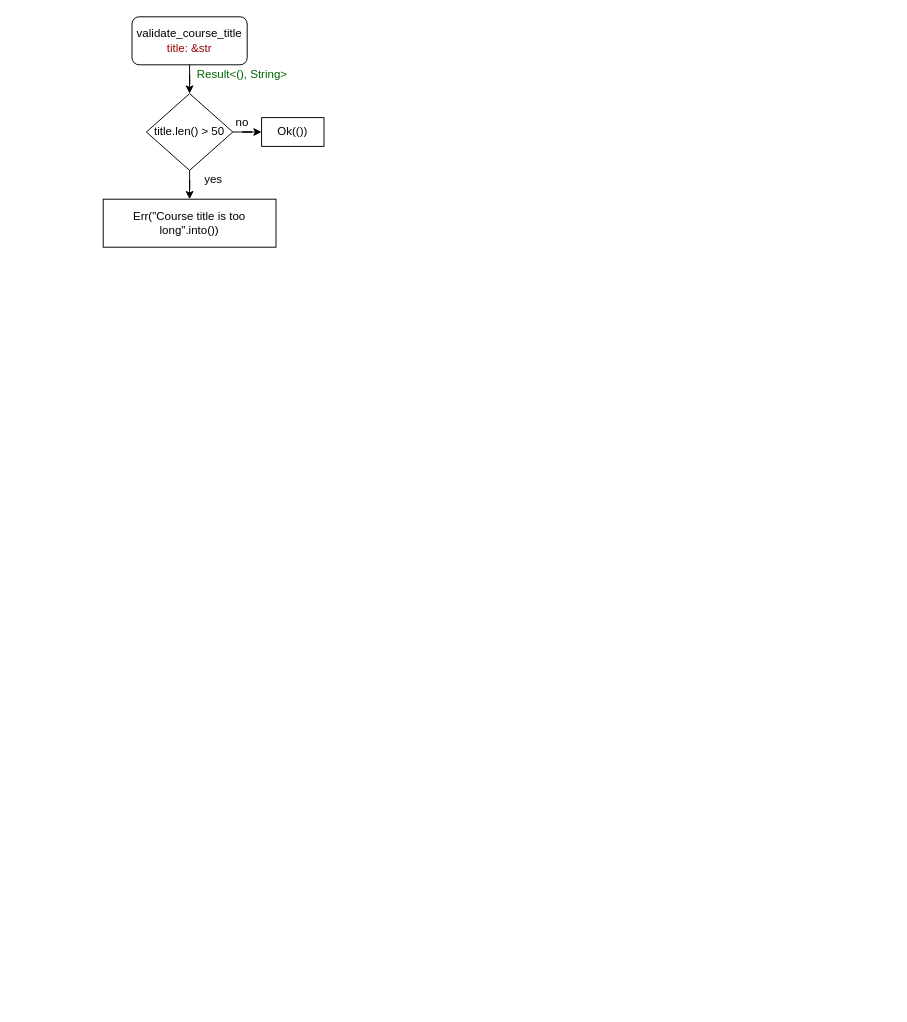
Before: page "course: functions" (5 of 8) of Untitled Diagram.drawio in sdelvalle57/hUdemy, a draw.io diagram. Source tidied: cells renumbered, new cells numbered last; positions are measured from the earlier drawing's top-left corner, leaving out a move shared by most shapes. Both pictures are drawn from the tidied source at 96%, with x=0, y=0 at pixel (103, 16).
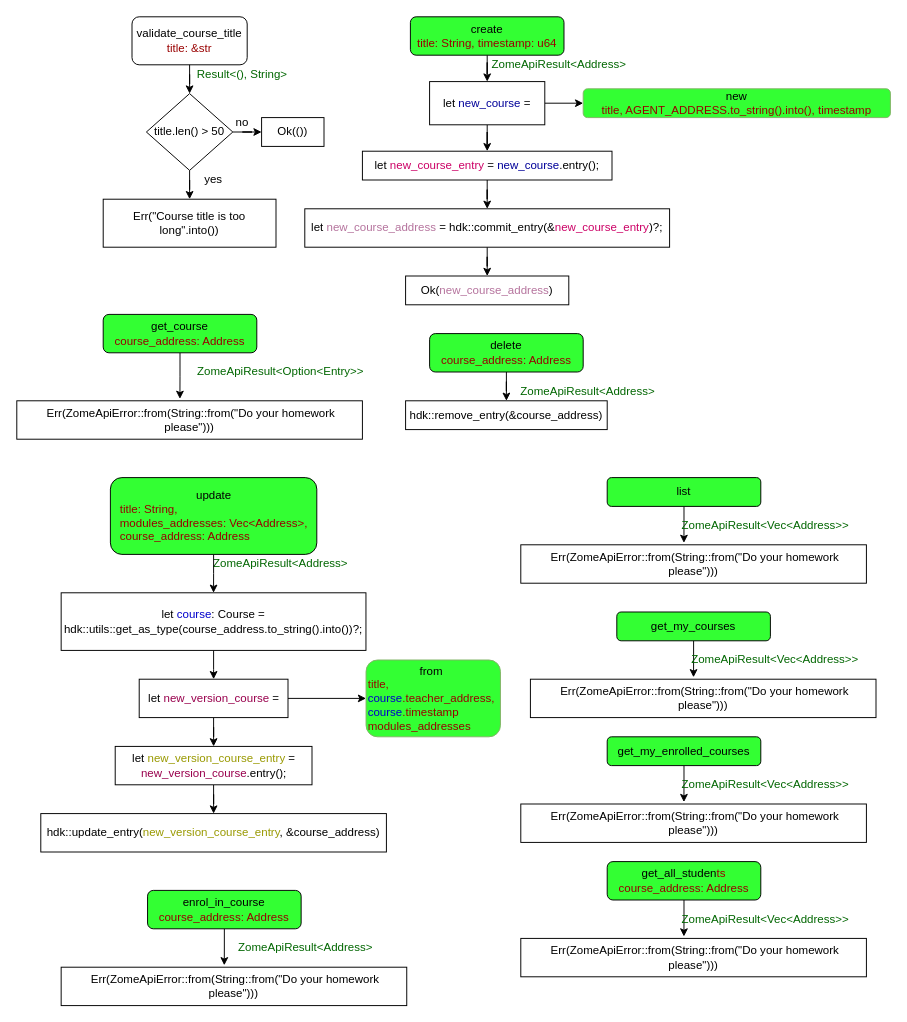
After the change.

What changed in the source:
```diff
@@
+    <mxCell id="13" style="edgeStyle=orthogonalEdgeStyle;rounded=0;jettySize=auto;html=1;entryX=0.5;entryY=0;entryDx=0;entryDy=0;" parent="1" edge="1" source="14" target="19">
+      <mxGeometry relative="1" as="geometry" />
+    </mxCell>
+    <mxCell id="14" value="create&lt;br&gt;&lt;font color=&quot;#990000&quot;&gt;title: String, timestamp: u64&lt;/font&gt;" style="rounded=1;whiteSpace=wrap;html=1;fillColor=#33FF33;" parent="1" vertex="1">
+      <mxGeometry x="320" width="160" height="40" as="geometry" />
+    </mxCell>
+    <mxCell id="15" style="edgeStyle=orthogonalEdgeStyle;rounded=0;jettySize=auto;html=1;entryX=0.472;entryY=-0.05;entryDx=0;entryDy=0;entryPerimeter=0;" parent="1" edge="1" source="16" target="27">
+      <mxGeometry relative="1" as="geometry" />
+    </mxCell>
+    <mxCell id="16" value="get_course&lt;br&gt;&lt;font color=&quot;#990000&quot;&gt;course_address: Address&lt;/font&gt;" style="rounded=1;whiteSpace=wrap;html=1;fillColor=#33FF33;" parent="1" vertex="1">
+      <mxGeometry y="310" width="160" height="40" as="geometry" />
+    </mxCell>
+    <mxCell id="17" style="edgeStyle=orthogonalEdgeStyle;rounded=0;jettySize=auto;html=1;entryX=0;entryY=0.5;entryDx=0;entryDy=0;" parent="1" edge="1" source="19" target="20">
+      <mxGeometry relative="1" as="geometry" />
+    </mxCell>
+    <mxCell id="18" style="edgeStyle=orthogonalEdgeStyle;rounded=0;jettySize=auto;html=1;entryX=0.5;entryY=0;entryDx=0;entryDy=0;" parent="1" edge="1" source="19" target="22">
+      <mxGeometry relative="1" as="geometry" />
+    </mxCell>
+    <mxCell id="19" value="let &lt;font color=&quot;#000099&quot;&gt;new_course &lt;/font&gt;= " style="rounded=0;whiteSpace=wrap;html=1;fillColor=#FFFFFF;" parent="1" vertex="1">
+      <mxGeometry x="340" y="67.5" width="120" height="45" as="geometry" />
+    </mxCell>
+    <mxCell id="20" value="&lt;div&gt;new&lt;/div&gt;&lt;font color=&quot;#990000&quot;&gt;title, AGENT_ADDRESS.to_string().into(), timestamp&lt;br&gt;&lt;/font&gt;" style="rounded=1;whiteSpace=wrap;html=1;fillColor=#33FF33;strokeColor=#82b366;" parent="1" vertex="1">
+      <mxGeometry x="500" y="75" width="320" height="30" as="geometry" />
+    </mxCell>
+    <mxCell id="21" style="edgeStyle=orthogonalEdgeStyle;rounded=0;jettySize=auto;html=1;" parent="1" edge="1" source="22" target="24">
+      <mxGeometry relative="1" as="geometry" />
+    </mxCell>
+    <mxCell id="22" value="let &lt;font color=&quot;#CC0066&quot;&gt;new_course_entry &lt;/font&gt;= &lt;font color=&quot;#000099&quot;&gt;new_course&lt;/font&gt;.entry();" style="rounded=0;whiteSpace=wrap;html=1;fillColor=#FFFFFF;" parent="1" vertex="1">
+      <mxGeometry x="270" y="140" width="260" height="30" as="geometry" />
+    </mxCell>
+    <mxCell id="23" style="edgeStyle=orthogonalEdgeStyle;rounded=0;jettySize=auto;html=1;entryX=0.5;entryY=0;entryDx=0;entryDy=0;" parent="1" edge="1" source="24" target="25">
+      <mxGeometry relative="1" as="geometry" />
+    </mxCell>
+    <mxCell id="24" value="let &lt;font color=&quot;#B5739D&quot;&gt;new_course_address &lt;/font&gt;= hdk::commit_entry(&amp;amp;&lt;font color=&quot;#CC0066&quot;&gt;new_course_entry&lt;/font&gt;)?;" style="rounded=0;whiteSpace=wrap;html=1;fillColor=#FFFFFF;" parent="1" vertex="1">
+      <mxGeometry x="210" y="200" width="380" height="40" as="geometry" />
+    </mxCell>
+    <mxCell id="25" value="Ok(&lt;font color=&quot;#B5739D&quot;&gt;new_course_address&lt;/font&gt;)" style="rounded=0;whiteSpace=wrap;html=1;fillColor=#FFFFFF;" parent="1" vertex="1">
+      <mxGeometry x="315" y="270" width="170" height="30" as="geometry" />
+    </mxCell>
+    <mxCell id="26" value="&lt;font color=&quot;#006600&quot;&gt;ZomeApiResult&amp;lt;Address&amp;gt;&lt;/font&gt;" style="text;html=1;strokeColor=none;fillColor=none;align=center;verticalAlign=middle;whiteSpace=wrap;rounded=0;" parent="1" vertex="1">
+      <mxGeometry x="400" y="40" width="150" height="20" as="geometry" />
+    </mxCell>
+    <mxCell id="27" value="&amp;nbsp;Err(ZomeApiError::from(String::from(&quot;Do your homework please&quot;)))" style="rounded=0;whiteSpace=wrap;html=1;fillColor=#FFFFFF;" parent="1" vertex="1">
+      <mxGeometry x="-90" y="400" width="360" height="40" as="geometry" />
+    </mxCell>
+    <mxCell id="28" style="edgeStyle=orthogonalEdgeStyle;rounded=0;jettySize=auto;html=1;entryX=0.5;entryY=0;entryDx=0;entryDy=0;" parent="1" edge="1" source="29" target="30">
+      <mxGeometry relative="1" as="geometry" />
+    </mxCell>
+    <mxCell id="29" value="delete&lt;br&gt;&lt;font color=&quot;#990000&quot;&gt;course_address: Address&lt;/font&gt;" style="rounded=1;whiteSpace=wrap;html=1;fillColor=#33FF33;" parent="1" vertex="1">
+      <mxGeometry x="340" y="330" width="160" height="40" as="geometry" />
+    </mxCell>
+    <mxCell id="30" value="hdk::remove_entry(&amp;amp;course_address)" style="rounded=0;whiteSpace=wrap;html=1;fillColor=#FFFFFF;" parent="1" vertex="1">
+      <mxGeometry x="315" y="400" width="210" height="30" as="geometry" />
+    </mxCell>
+    <mxCell id="31" value="&lt;font color=&quot;#006600&quot;&gt;ZomeApiResult&amp;lt;Option&amp;lt;Entry&amp;gt;&amp;gt;&lt;/font&gt;" style="text;html=1;strokeColor=none;fillColor=none;align=center;verticalAlign=middle;whiteSpace=wrap;rounded=0;" parent="1" vertex="1">
+      <mxGeometry x="100" y="360" width="170" height="20" as="geometry" />
+    </mxCell>
+    <mxCell id="32" value="&lt;font color=&quot;#006600&quot;&gt;ZomeApiResult&amp;lt;Address&amp;gt;&lt;/font&gt;" style="text;html=1;strokeColor=none;fillColor=none;align=center;verticalAlign=middle;whiteSpace=wrap;rounded=0;" parent="1" vertex="1">
+      <mxGeometry x="110" y="560" width="150" height="20" as="geometry" />
+    </mxCell>
+    <mxCell id="33" style="edgeStyle=orthogonalEdgeStyle;rounded=0;jettySize=auto;html=1;entryX=0.5;entryY=0;entryDx=0;entryDy=0;" parent="1" edge="1" source="34" target="36">
+      <mxGeometry relative="1" as="geometry" />
+    </mxCell>
+    <mxCell id="34" value="update&lt;br&gt;&lt;div align=&quot;left&quot;&gt;&lt;font color=&quot;#990000&quot;&gt;title: String, &lt;br&gt;&lt;/font&gt;&lt;/div&gt;&lt;div align=&quot;left&quot;&gt;&lt;font color=&quot;#990000&quot;&gt;modules_addresses: Vec&amp;lt;Address&amp;gt;, &lt;br&gt;&lt;/font&gt;&lt;/div&gt;&lt;div align=&quot;left&quot;&gt;&lt;font color=&quot;#990000&quot;&gt;course_address: Address&lt;/font&gt;&lt;/div&gt;" style="rounded=1;whiteSpace=wrap;html=1;fillColor=#33FF33;" parent="1" vertex="1">
+      <mxGeometry x="7.5" y="480" width="215" height="80" as="geometry" />
+    </mxCell>
+    <mxCell id="35" style="edgeStyle=orthogonalEdgeStyle;rounded=0;jettySize=auto;html=1;" parent="1" edge="1" source="36" target="39">
+      <mxGeometry relative="1" as="geometry" />
+    </mxCell>
+    <mxCell id="36" value="let &lt;font color=&quot;#0000CC&quot;&gt;course&lt;/font&gt;: Course = hdk::utils::get_as_type(course_address.to_string().into())?;" style="rounded=0;whiteSpace=wrap;html=1;fillColor=#FFFFFF;" parent="1" vertex="1">
+      <mxGeometry x="-43.8" y="600" width="317.5" height="60" as="geometry" />
+    </mxCell>
+    <mxCell id="37" style="edgeStyle=orthogonalEdgeStyle;rounded=0;jettySize=auto;html=1;" parent="1" edge="1" source="39" target="40">
+      <mxGeometry relative="1" as="geometry" />
+    </mxCell>
+    <mxCell id="38" style="edgeStyle=orthogonalEdgeStyle;rounded=0;jettySize=auto;html=1;entryX=0.5;entryY=0;entryDx=0;entryDy=0;" parent="1" edge="1" source="39" target="42">
+      <mxGeometry relative="1" as="geometry" />
+    </mxCell>
+    <mxCell id="39" value="let &lt;font color=&quot;#99004D&quot;&gt;new_version_course &lt;/font&gt;= " style="rounded=0;whiteSpace=wrap;html=1;fillColor=#FFFFFF;" parent="1" vertex="1">
+      <mxGeometry x="37.5" y="690" width="155" height="40" as="geometry" />
+    </mxCell>
+    <mxCell id="40" value="&lt;div align=&quot;center&quot;&gt;from&lt;/div&gt;&lt;div align=&quot;left&quot;&gt;&lt;font color=&quot;#990000&quot;&gt;title, &lt;br&gt;&lt;/font&gt;&lt;/div&gt;&lt;div align=&quot;left&quot;&gt;&lt;font color=&quot;#990000&quot;&gt;&lt;font color=&quot;#0000CC&quot;&gt;course&lt;/font&gt;.teacher_address, &lt;br&gt;&lt;/font&gt;&lt;/div&gt;&lt;div align=&quot;left&quot;&gt;&lt;font color=&quot;#990000&quot;&gt;&lt;font color=&quot;#0000CC&quot;&gt;course&lt;/font&gt;.timestamp&lt;br&gt;&lt;/font&gt;&lt;/div&gt;&lt;div&gt;&lt;font color=&quot;#990000&quot;&gt;modules_addresses&lt;/font&gt;&lt;br&gt;&lt;/div&gt;" style="rounded=1;whiteSpace=wrap;html=1;fillColor=#33FF33;strokeColor=#82b366;align=left;" parent="1" vertex="1">
+      <mxGeometry x="273.8" y="670" width="140" height="80" as="geometry" />
+    </mxCell>
+    <mxCell id="41" style="edgeStyle=orthogonalEdgeStyle;rounded=0;jettySize=auto;html=1;entryX=0.5;entryY=0;entryDx=0;entryDy=0;" parent="1" edge="1" source="42" target="44">
+      <mxGeometry relative="1" as="geometry" />
+    </mxCell>
+    <mxCell id="42" value="let &lt;font color=&quot;#999900&quot;&gt;new_version_course_entry &lt;/font&gt;= &lt;font color=&quot;#99004D&quot;&gt;new_version_course&lt;/font&gt;.entry();" style="rounded=0;whiteSpace=wrap;html=1;fillColor=#FFFFFF;" parent="1" vertex="1">
+      <mxGeometry x="12.5" y="760" width="205" height="40" as="geometry" />
+    </mxCell>
+    <mxCell id="43" value="&lt;font color=&quot;#006600&quot;&gt;ZomeApiResult&amp;lt;Address&amp;gt;&lt;/font&gt;" style="text;html=1;strokeColor=none;fillColor=none;align=center;verticalAlign=middle;whiteSpace=wrap;rounded=0;" parent="1" vertex="1">
+      <mxGeometry x="430" y="380" width="150" height="20" as="geometry" />
+    </mxCell>
+    <mxCell id="44" value="hdk::update_entry(&lt;font color=&quot;#999900&quot;&gt;new_version_course_entry&lt;/font&gt;, &amp;amp;course_address)" style="rounded=0;whiteSpace=wrap;html=1;fillColor=#FFFFFF;" parent="1" vertex="1">
+      <mxGeometry x="-65" y="830" width="360" height="40" as="geometry" />
+    </mxCell>
+    <mxCell id="45" style="edgeStyle=orthogonalEdgeStyle;rounded=0;jettySize=auto;html=1;entryX=0.472;entryY=-0.05;entryDx=0;entryDy=0;entryPerimeter=0;" parent="1" edge="1" source="46" target="47">
+      <mxGeometry relative="1" as="geometry" />
+    </mxCell>
+    <mxCell id="46" value="list" style="rounded=1;whiteSpace=wrap;html=1;fillColor=#33FF33;" parent="1" vertex="1">
+      <mxGeometry x="525" y="480" width="160" height="30" as="geometry" />
+    </mxCell>
+    <mxCell id="47" value="&amp;nbsp;Err(ZomeApiError::from(String::from(&quot;Do your homework please&quot;)))" style="rounded=0;whiteSpace=wrap;html=1;fillColor=#FFFFFF;" parent="1" vertex="1">
+      <mxGeometry x="435" y="550" width="360" height="40" as="geometry" />
+    </mxCell>
+    <mxCell id="48" value="&lt;font color=&quot;#006600&quot;&gt;ZomeApiResult&amp;lt;Vec&amp;lt;Address&amp;gt;&amp;gt;&lt;/font&gt;" style="text;html=1;strokeColor=none;fillColor=none;align=center;verticalAlign=middle;whiteSpace=wrap;rounded=0;" parent="1" vertex="1">
+      <mxGeometry x="605" y="520" width="170" height="20" as="geometry" />
+    </mxCell>
+    <mxCell id="49" style="edgeStyle=orthogonalEdgeStyle;rounded=0;jettySize=auto;html=1;entryX=0.472;entryY=-0.05;entryDx=0;entryDy=0;entryPerimeter=0;" parent="1" edge="1" source="50" target="51">
+      <mxGeometry relative="1" as="geometry" />
+    </mxCell>
+    <mxCell id="50" value="get_my_courses" style="rounded=1;whiteSpace=wrap;html=1;fillColor=#33FF33;" parent="1" vertex="1">
+      <mxGeometry x="535" y="620" width="160" height="30" as="geometry" />
+    </mxCell>
+    <mxCell id="51" value="&amp;nbsp;Err(ZomeApiError::from(String::from(&quot;Do your homework please&quot;)))" style="rounded=0;whiteSpace=wrap;html=1;fillColor=#FFFFFF;" parent="1" vertex="1">
+      <mxGeometry x="445" y="690" width="360" height="40" as="geometry" />
+    </mxCell>
+    <mxCell id="52" value="&lt;font color=&quot;#006600&quot;&gt;ZomeApiResult&amp;lt;Vec&amp;lt;Address&amp;gt;&amp;gt;&lt;/font&gt;" style="text;html=1;strokeColor=none;fillColor=none;align=center;verticalAlign=middle;whiteSpace=wrap;rounded=0;" parent="1" vertex="1">
+      <mxGeometry x="615" y="660" width="170" height="20" as="geometry" />
+    </mxCell>
+    <mxCell id="53" style="edgeStyle=orthogonalEdgeStyle;rounded=0;jettySize=auto;html=1;entryX=0.472;entryY=-0.05;entryDx=0;entryDy=0;entryPerimeter=0;" parent="1" edge="1" source="54" target="55">
+      <mxGeometry relative="1" as="geometry" />
+    </mxCell>
+    <mxCell id="54" value="get_my_enrolled_courses" style="rounded=1;whiteSpace=wrap;html=1;fillColor=#33FF33;" parent="1" vertex="1">
+      <mxGeometry x="525" y="750" width="160" height="30" as="geometry" />
+    </mxCell>
+    <mxCell id="55" value="&amp;nbsp;Err(ZomeApiError::from(String::from(&quot;Do your homework please&quot;)))" style="rounded=0;whiteSpace=wrap;html=1;fillColor=#FFFFFF;" parent="1" vertex="1">
+      <mxGeometry x="435" y="820" width="360" height="40" as="geometry" />
+    </mxCell>
+    <mxCell id="56" value="&lt;font color=&quot;#006600&quot;&gt;ZomeApiResult&amp;lt;Vec&amp;lt;Address&amp;gt;&amp;gt;&lt;/font&gt;" style="text;html=1;strokeColor=none;fillColor=none;align=center;verticalAlign=middle;whiteSpace=wrap;rounded=0;" parent="1" vertex="1">
+      <mxGeometry x="605" y="790" width="170" height="20" as="geometry" />
+    </mxCell>
+    <mxCell id="57" style="edgeStyle=orthogonalEdgeStyle;rounded=0;jettySize=auto;html=1;entryX=0.472;entryY=-0.05;entryDx=0;entryDy=0;entryPerimeter=0;" parent="1" edge="1" source="58" target="59">
+      <mxGeometry relative="1" as="geometry" />
+    </mxCell>
+    <mxCell id="58" value="&lt;div&gt;get_all_studen&lt;font color=&quot;#990000&quot;&gt;ts&lt;/font&gt;&lt;/div&gt;&lt;font color=&quot;#990000&quot;&gt;course_address: Address&lt;/font&gt;" style="rounded=1;whiteSpace=wrap;html=1;fillColor=#33FF33;" parent="1" vertex="1">
+      <mxGeometry x="525" y="880" width="160" height="40" as="geometry" />
+    </mxCell>
+    <mxCell id="59" value="&amp;nbsp;Err(ZomeApiError::from(String::from(&quot;Do your homework please&quot;)))" style="rounded=0;whiteSpace=wrap;html=1;fillColor=#FFFFFF;" parent="1" vertex="1">
+      <mxGeometry x="435" y="960" width="360" height="40" as="geometry" />
+    </mxCell>
+    <mxCell id="60" value="&lt;font color=&quot;#006600&quot;&gt;ZomeApiResult&amp;lt;Vec&amp;lt;Address&amp;gt;&amp;gt;&lt;/font&gt;" style="text;html=1;strokeColor=none;fillColor=none;align=center;verticalAlign=middle;whiteSpace=wrap;rounded=0;" parent="1" vertex="1">
+      <mxGeometry x="605" y="930" width="170" height="20" as="geometry" />
+    </mxCell>
+    <mxCell id="61" style="edgeStyle=orthogonalEdgeStyle;rounded=0;jettySize=auto;html=1;entryX=0.472;entryY=-0.05;entryDx=0;entryDy=0;entryPerimeter=0;" parent="1" edge="1" source="62" target="63">
+      <mxGeometry relative="1" as="geometry" />
+    </mxCell>
+    <mxCell id="62" value="&lt;div&gt;enrol_in_course&lt;/div&gt;&lt;font color=&quot;#990000&quot;&gt;course_address: Address&lt;/font&gt;" style="rounded=1;whiteSpace=wrap;html=1;fillColor=#33FF33;" parent="1" vertex="1">
+      <mxGeometry x="46.2" y="910" width="160" height="40" as="geometry" />
+    </mxCell>
+    <mxCell id="63" value="&amp;nbsp;Err(ZomeApiError::from(String::from(&quot;Do your homework please&quot;)))" style="rounded=0;whiteSpace=wrap;html=1;fillColor=#FFFFFF;" parent="1" vertex="1">
+      <mxGeometry x="-43.8" y="990" width="360" height="40" as="geometry" />
+    </mxCell>
+    <mxCell id="64" value="&lt;font color=&quot;#006600&quot;&gt;ZomeApiResult&amp;lt;Address&amp;gt;&lt;/font&gt;" style="text;html=1;strokeColor=none;fillColor=none;align=center;verticalAlign=middle;whiteSpace=wrap;rounded=0;" parent="1" vertex="1">
+      <mxGeometry x="126.2" y="960" width="170" height="20" as="geometry" />
+    </mxCell>
```
